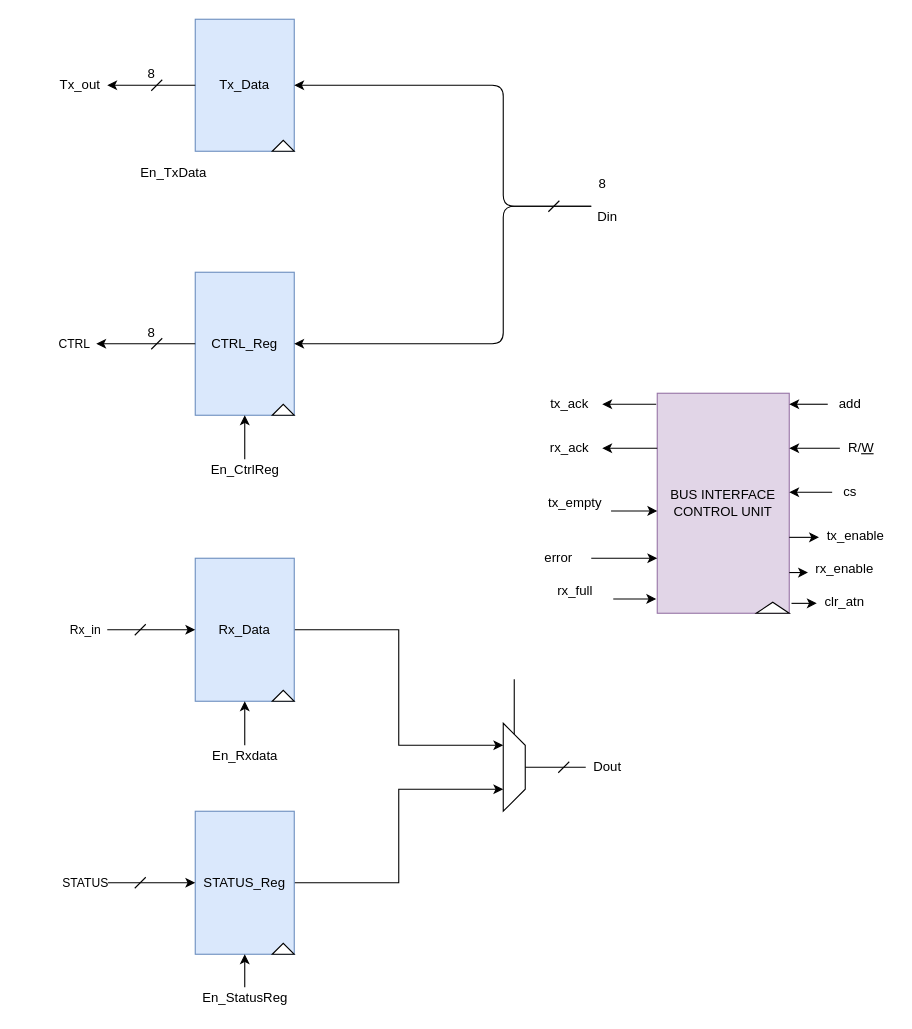
The draw.io diagram labsRR/UART/report/draw_io/bus_interface_dp_v2.drawio in wackozz/SDI_20_21, before the edit. Source tidied: cells renumbered, new cells numbered last; positions are measured from the earlier drawing's top-left corner, leaving out a move shared by most shapes. Both pictures are drawn from the tidied source at 110%, with x=0, y=0 at pixel (52, 19).
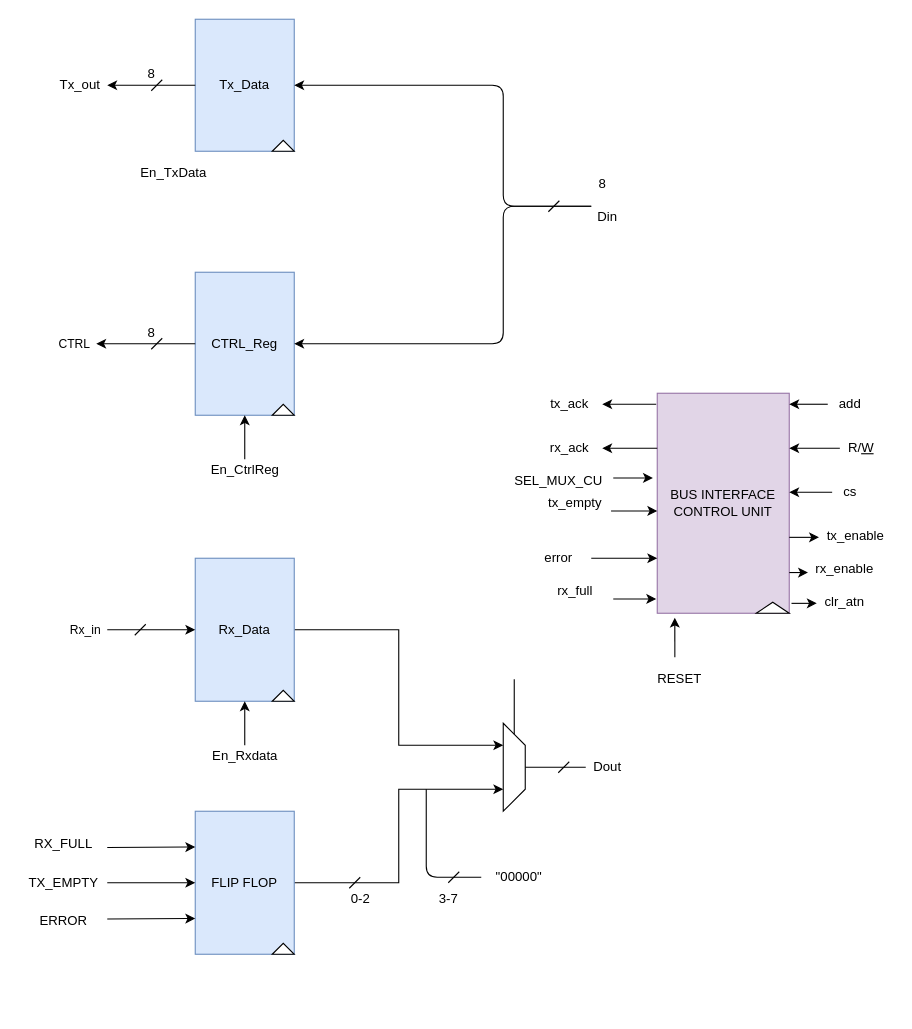
The same diagram, later.

The change refers to these unchanged cells:
```xml
<mxCell id="42" value="BUS INTERFACE&lt;br&gt;CONTROL UNIT" style="rounded=0;whiteSpace=wrap;html=1;fillColor=#e1d5e7;strokeColor=#9673a6;" parent="1" vertex="1">
  <mxGeometry x="550" y="340" width="120" height="200" as="geometry" />
</mxCell>
```

What changed in the source:
```diff
@@
-    <mxCell id="21" value="STATUS_Reg" style="rounded=0;whiteSpace=wrap;html=1;direction=south;fillColor=#dae8fc;strokeColor=#6c8ebf;" parent="1" vertex="1">
+    <mxCell id="21" value="FLIP FLOP" style="rounded=0;whiteSpace=wrap;html=1;direction=south;fillColor=#dae8fc;strokeColor=#6c8ebf;" parent="1" vertex="1">
       <mxGeometry x="130" y="720" width="90" height="130" as="geometry" />
     </mxCell>
-    <mxCell id="22" style="edgeStyle=orthogonalEdgeStyle;rounded=0;jumpSize=2;jettySize=auto;html=1;entryX=1;entryY=0.5;entryDx=0;entryDy=0;" parent="1" edge="1" source="23" target="21">
-      <mxGeometry relative="1" as="geometry" />
-    </mxCell>
-    <mxCell id="23" value="En_StatusReg" style="text;html=1;align=center;verticalAlign=middle;points=[];" parent="1" vertex="1">
-      <mxGeometry x="130" y="880" width="90" height="20" as="geometry" />
-    </mxCell>
-    <mxCell id="24" value="STATUS" style="endArrow=classic;html=1;entryX=0.5;entryY=1;entryDx=0;entryDy=0;" parent="1" edge="1" target="21">
-      <mxGeometry x="-1" y="-20" relative="1" as="geometry">
-        <mxPoint x="50" y="785" as="sourcePoint" />
-        <mxPoint x="-20" y="-20" as="offset" />
-      </mxGeometry>
-    </mxCell>
@@
-    <mxCell id="34" style="endArrow=none;html=1;" parent="1" edge="1">
-      <mxGeometry relative="1" as="geometry">
-        <mxPoint x="75" y="790" as="sourcePoint" />
-        <mxPoint x="85" y="780" as="targetPoint" />
-      </mxGeometry>
-    </mxCell>
@@
+    <mxCell id="64" style="endArrow=classic;html=1;entryX=0.25;entryY=1;entryDx=0;entryDy=0;" parent="1" edge="1" target="21">
+      <mxGeometry relative="1" as="geometry">
+        <mxPoint x="50" y="753" as="sourcePoint" />
+      </mxGeometry>
+    </mxCell>
+    <mxCell id="65" style="endArrow=classic;html=1;entryX=0.75;entryY=1;entryDx=0;entryDy=0;" parent="1" edge="1" target="21">
+      <mxGeometry relative="1" as="geometry">
+        <mxPoint x="50" y="818" as="sourcePoint" />
+      </mxGeometry>
+    </mxCell>
+    <mxCell id="66" style="endArrow=classic;html=1;entryX=0.5;entryY=1;entryDx=0;entryDy=0;" parent="1" edge="1" target="21">
+      <mxGeometry relative="1" as="geometry">
+        <mxPoint x="50" y="785" as="sourcePoint" />
+      </mxGeometry>
+    </mxCell>
+    <mxCell id="67" value="&quot;00000&quot;" style="text;html=1;align=center;verticalAlign=middle;" parent="1" vertex="1">
+      <mxGeometry x="394" y="770" width="60" height="20" as="geometry" />
+    </mxCell>
+    <mxCell id="68" value="ERROR" style="text;html=1;align=center;verticalAlign=middle;" parent="1" vertex="1">
+      <mxGeometry x="-20" y="810" width="60" height="20" as="geometry" />
+    </mxCell>
+    <mxCell id="69" value="TX_EMPTY" style="text;html=1;align=center;verticalAlign=middle;" parent="1" vertex="1">
+      <mxGeometry x="-30" y="775" width="80" height="20" as="geometry" />
+    </mxCell>
+    <mxCell id="70" value="RX_FULL" style="text;html=1;align=center;verticalAlign=middle;" parent="1" vertex="1">
+      <mxGeometry x="-25" y="740" width="70" height="20" as="geometry" />
+    </mxCell>
+    <mxCell id="71" style="endArrow=none;html=1;" parent="1" edge="1">
+      <mxGeometry relative="1" as="geometry">
+        <mxPoint x="390" y="780" as="sourcePoint" />
+        <mxPoint x="340" y="700" as="targetPoint" />
+        <Array as="points">
+          <mxPoint x="340" y="780" />
+        </Array>
+      </mxGeometry>
+    </mxCell>
+    <mxCell id="72" style="endArrow=none;html=1;" parent="1" edge="1">
+      <mxGeometry relative="1" as="geometry">
+        <mxPoint x="270" y="790" as="sourcePoint" />
+        <mxPoint x="280" y="780" as="targetPoint" />
+      </mxGeometry>
+    </mxCell>
+    <mxCell id="73" value="0-2" style="text;html=1;align=center;verticalAlign=middle;" parent="1" vertex="1">
+      <mxGeometry x="265" y="790" width="30" height="20" as="geometry" />
+    </mxCell>
+    <mxCell id="74" style="endArrow=none;html=1;" parent="1" edge="1">
+      <mxGeometry relative="1" as="geometry">
+        <mxPoint x="360" y="785" as="sourcePoint" />
+        <mxPoint x="370" y="775" as="targetPoint" />
+      </mxGeometry>
+    </mxCell>
+    <mxCell id="75" value="3-7" style="text;html=1;align=center;verticalAlign=middle;" parent="1" vertex="1">
+      <mxGeometry x="345" y="790" width="30" height="20" as="geometry" />
+    </mxCell>
+    <mxCell id="76" style="endArrow=classic;html=1;entryX=-0.033;entryY=0.385;entryDx=0;entryDy=0;entryPerimeter=0;" parent="1" edge="1" target="42">
+      <mxGeometry relative="1" as="geometry">
+        <mxPoint x="510" y="417" as="sourcePoint" />
+      </mxGeometry>
+    </mxCell>
+    <mxCell id="77" value="SEL_MUX_CU" style="text;html=1;align=center;verticalAlign=middle;" parent="1" vertex="1">
+      <mxGeometry x="410" y="410" width="100" height="20" as="geometry" />
+    </mxCell>
+    <mxCell id="78" style="endArrow=classic;html=1;entryX=0.133;entryY=1.02;entryDx=0;entryDy=0;entryPerimeter=0;" parent="1" edge="1" target="42">
+      <mxGeometry relative="1" as="geometry">
+        <mxPoint x="566" y="580" as="sourcePoint" />
+      </mxGeometry>
+    </mxCell>
+    <mxCell id="79" value="RESET" style="text;html=1;align=center;verticalAlign=middle;" parent="1" vertex="1">
+      <mxGeometry x="540" y="590" width="60" height="20" as="geometry" />
+    </mxCell>
```
